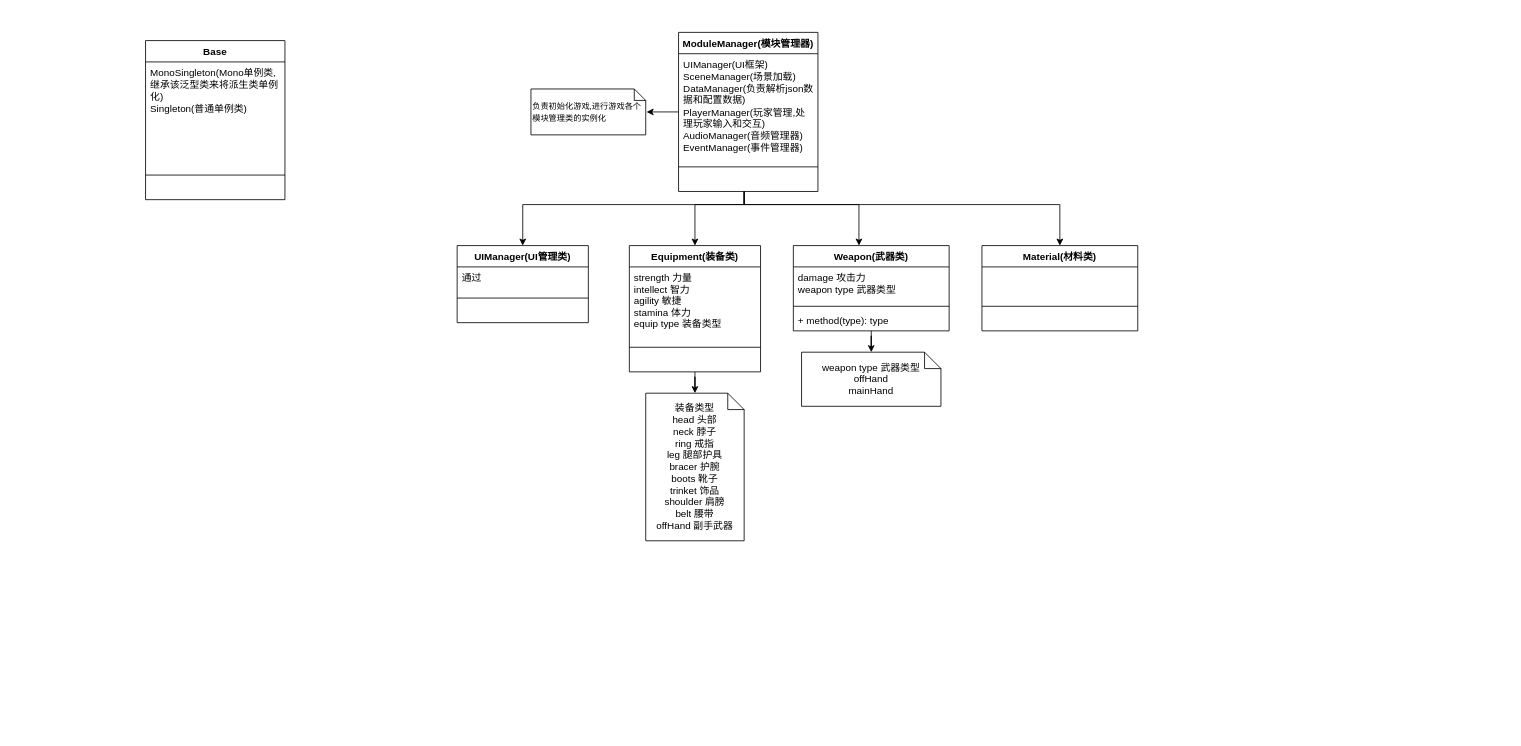
Earlier version of the draw.io diagram BeingAlive.drawio (KIPKIPS/BeingAlive). Source tidied: cells renumbered, new cells numbered last; positions are measured from the earlier drawing's top-left corner, leaving out a move shared by most shapes. Both pictures are drawn from the tidied source at 82%, with x=0, y=0 at pixel (145, 32).
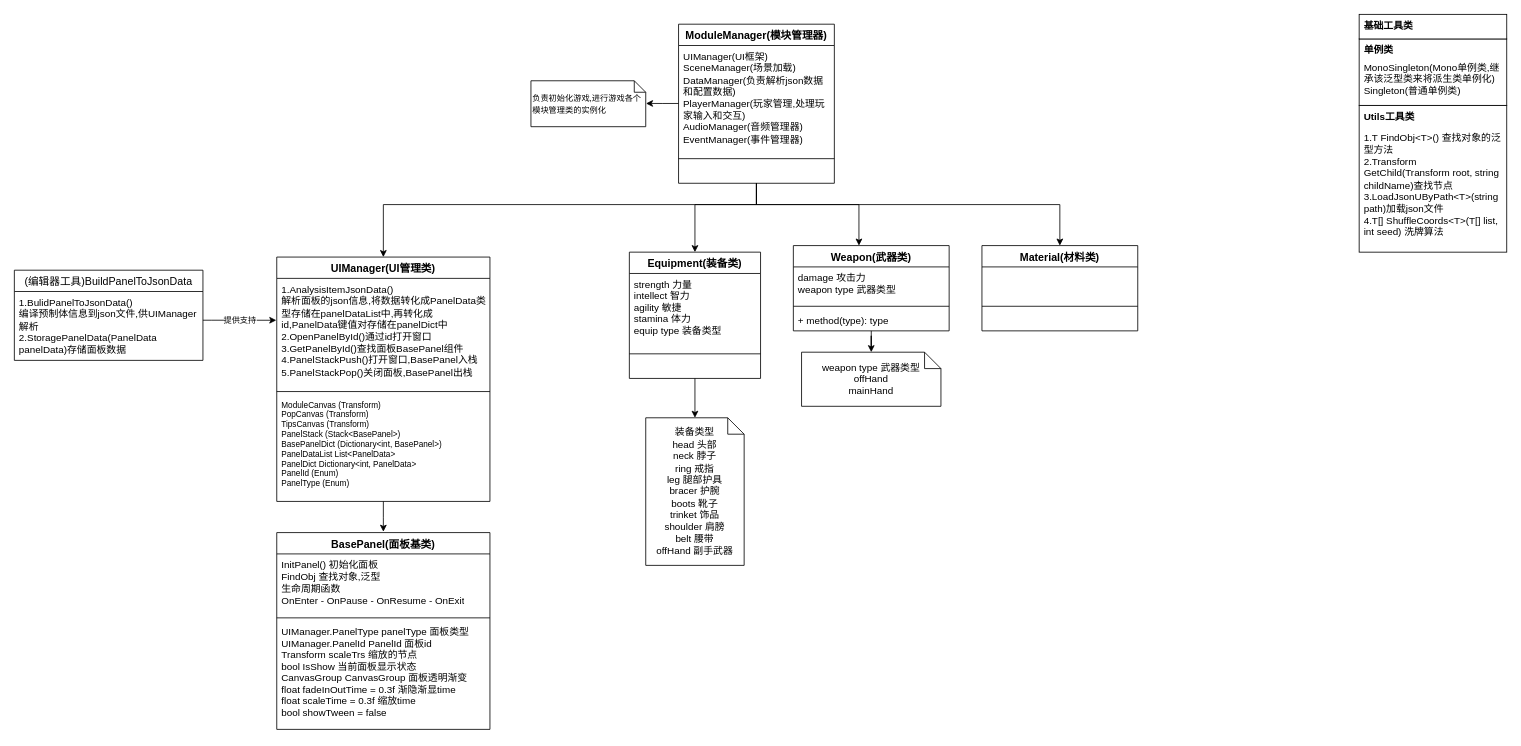
The same page after the edit.

The edit, as a diff of the source:
```diff
@@
+    <mxCell id="4" style="edgeStyle=orthogonalEdgeStyle;rounded=0;jettySize=auto;html=1;" parent="1" edge="1" source="7" target="23">
+      <mxGeometry relative="1" as="geometry">
+        <Array as="points">
+          <mxPoint x="745" y="210" />
+          <mxPoint x="870" y="210" />
+        </Array>
+      </mxGeometry>
+    </mxCell>
+    <mxCell id="5" style="edgeStyle=orthogonalEdgeStyle;rounded=0;jettySize=auto;html=1;" parent="1" edge="1" source="7" target="28">
+      <mxGeometry relative="1" as="geometry">
+        <Array as="points">
+          <mxPoint x="745" y="210" />
+          <mxPoint x="1115" y="210" />
+        </Array>
+      </mxGeometry>
+    </mxCell>
+    <mxCell id="36" style="edgeStyle=orthogonalEdgeStyle;rounded=0;jettySize=auto;html=1;entryX=1.002;entryY=0.494;entryDx=0;entryDy=0;entryPerimeter=0;fontSize=13;" parent="1" edge="1" source="7" target="11">
+      <mxGeometry relative="1" as="geometry">
+        <Array as="points">
+          <mxPoint x="630" y="87" />
+        </Array>
+      </mxGeometry>
+    </mxCell>
-    <mxCell id="2" style="edgeStyle=orthogonalEdgeStyle;rounded=0;jettySize=auto;html=1;entryX=0.5;entryY=0;entryDx=0;entryDy=0;" parent="1" edge="1" source="7" target="12">
+    <mxCell id="2" style="edgeStyle=orthogonalEdgeStyle;rounded=0;jettySize=auto;html=1;entryX=0.5;entryY=0;entryDx=0;entryDy=0;fontSize=12;" parent="1" edge="1" source="7" target="12">
       <mxGeometry relative="1" as="geometry">
         <Array as="points">
-          <mxPoint x="730" y="210" />
-          <mxPoint x="460" y="210" />
+          <mxPoint x="745" y="210" />
+          <mxPoint x="290" y="210" />
         </Array>
       </mxGeometry>
     </mxCell>
-    <mxCell id="3" style="edgeStyle=orthogonalEdgeStyle;rounded=0;jettySize=auto;html=1;" parent="1" edge="1" source="7" target="17">
+    <mxCell id="3" style="edgeStyle=orthogonalEdgeStyle;rounded=0;jettySize=auto;html=1;entryX=0.5;entryY=0;entryDx=0;entryDy=0;fontSize=12;" parent="1" edge="1" source="7" target="17">
       <mxGeometry relative="1" as="geometry">
         <Array as="points">
-          <mxPoint x="730" y="210" />
+          <mxPoint x="745" y="210" />
           <mxPoint x="670" y="210" />
         </Array>
       </mxGeometry>
     </mxCell>
-    <mxCell id="4" style="edgeStyle=orthogonalEdgeStyle;rounded=0;jettySize=auto;html=1;" parent="1" edge="1" source="7" target="23">
-      <mxGeometry relative="1" as="geometry">
-        <Array as="points">
-          <mxPoint x="730" y="210" />
-          <mxPoint x="870" y="210" />
-        </Array>
-      </mxGeometry>
-    </mxCell>
-    <mxCell id="5" style="edgeStyle=orthogonalEdgeStyle;rounded=0;jettySize=auto;html=1;" parent="1" edge="1" source="7" target="28">
-      <mxGeometry relative="1" as="geometry">
-        <Array as="points">
-          <mxPoint x="730" y="210" />
-          <mxPoint x="1115" y="210" />
-        </Array>
-      </mxGeometry>
-    </mxCell>
-    <mxCell id="6" style="edgeStyle=orthogonalEdgeStyle;rounded=0;jettySize=auto;html=1;" parent="1" edge="1" source="7">
-      <mxGeometry relative="1" as="geometry">
-        <mxPoint x="611" y="97" as="targetPoint" />
-      </mxGeometry>
-    </mxCell>
-    <mxCell id="7" value="ModuleManager(模块管理器)" style="swimlane;fontStyle=1;align=center;verticalAlign=top;horizontal=1;startSize=26;" parent="1" vertex="1">
-      <mxGeometry x="650" width="170" height="194" as="geometry" />
+    <mxCell id="7" value="ModuleManager(模块管理器)" style="swimlane;fontStyle=1;align=center;verticalAlign=top;horizontal=1;startSize=26;fontSize=13;" parent="1" vertex="1">
+      <mxGeometry x="650" y="-10" width="190" height="194" as="geometry" />
     </mxCell>
-    <mxCell id="8" value="UIManager(UI框架)&#10;SceneManager(场景加载)&#10;DataManager(负责解析json数据和配置数据)&#10;PlayerManager(玩家管理,处理玩家输入和交互)&#10;AudioManager(音频管理器)&#10;EventManager(事件管理器)" style="text;strokeColor=none;fillColor=none;align=left;verticalAlign=top;spacingLeft=4;spacingRight=4;overflow=hidden;whiteSpace=wrap;" parent="7" vertex="1">
-      <mxGeometry y="26" width="170" height="134" as="geometry" />
+    <mxCell id="8" value="UIManager(UI框架)&#10;SceneManager(场景加载)&#10;DataManager(负责解析json数据和配置数据)&#10;PlayerManager(玩家管理,处理玩家输入和交互)&#10;AudioManager(音频管理器)&#10;EventManager(事件管理器)" style="text;strokeColor=none;fillColor=none;align=left;verticalAlign=top;spacingLeft=4;spacingRight=4;overflow=hidden;whiteSpace=wrap;fontSize=12;" parent="7" vertex="1">
+      <mxGeometry y="26" width="190" height="134" as="geometry" />
     </mxCell>
     <mxCell id="9" style="line;strokeWidth=1;fillColor=none;align=left;verticalAlign=middle;spacingTop=-1;spacingLeft=3;spacingRight=3;labelPosition=right;" parent="7" vertex="1">
-      <mxGeometry y="160" width="170" height="8" as="geometry" />
+      <mxGeometry y="160" width="190" height="8" as="geometry" />
     </mxCell>
     <mxCell id="10" value="&#10;&#10;" style="text;strokeColor=none;fillColor=none;align=left;verticalAlign=top;spacingLeft=4;spacingRight=4;overflow=hidden;" parent="7" vertex="1">
-      <mxGeometry y="168" width="170" height="26" as="geometry" />
+      <mxGeometry y="168" width="190" height="26" as="geometry" />
     </mxCell>
     <mxCell id="11" value="&lt;font style=&quot;font-size: 10px&quot;&gt;负责初始化游戏,进行游戏各个模块管理类的实例化&lt;/font&gt;" style="shape=note;size=14;whiteSpace=wrap;html=1;align=left;" parent="1" vertex="1">
-      <mxGeometry x="470" y="69" width="140" height="56" as="geometry" />
+      <mxGeometry x="470" y="59" width="140" height="56" as="geometry" />
     </mxCell>
+    <mxCell id="37" style="edgeStyle=orthogonalEdgeStyle;rounded=0;jettySize=auto;html=1;fontSize=13;fontColor=#000000;" parent="1" edge="1" source="12">
+      <mxGeometry relative="1" as="geometry">
+        <mxPoint x="290" y="609" as="targetPoint" />
+      </mxGeometry>
+    </mxCell>
-    <mxCell id="12" value="UIManager(UI管理类)" style="swimlane;fontStyle=1;align=center;verticalAlign=top;horizontal=1;startSize=26;" parent="1" vertex="1">
-      <mxGeometry x="380" y="260" width="160" height="94" as="geometry" />
+    <mxCell id="12" value="UIManager(UI管理类)" style="swimlane;fontStyle=1;align=center;verticalAlign=top;horizontal=1;startSize=26;fontSize=13;" parent="1" vertex="1">
+      <mxGeometry x="160" y="274" width="260" height="298" as="geometry" />
     </mxCell>
-    <mxCell id="13" value="通过" style="text;strokeColor=none;fillColor=none;align=left;verticalAlign=top;spacingLeft=4;spacingRight=4;overflow=hidden;points=[[0,0.5],[1,0.5]];portConstraint=eastwest;" parent="12" vertex="1">
-      <mxGeometry y="26" width="160" height="34" as="geometry" />
+    <mxCell id="13" value="1.AnalysisItemJsonData()&#10;解析面板的json信息,将数据转化成PanelData类型存储在panelDataList中,再转化成id,PanelData键值对存储在panelDict中&#10;2.OpenPanelById()通过id打开窗口&#10;3.GetPanelById()查找面板BasePanel组件&#10;4.PanelStackPush()打开窗口,BasePanel入栈&#10;5.PanelStackPop()关闭面板,BasePanel出栈" style="text;strokeColor=none;fillColor=none;align=left;verticalAlign=top;spacingLeft=4;spacingRight=4;overflow=hidden;points=[[0,0.5],[1,0.5]];portConstraint=eastwest;whiteSpace=wrap;fontSize=12;" parent="12" vertex="1">
+      <mxGeometry y="26" width="260" height="134" as="geometry" />
     </mxCell>
     <mxCell id="14" style="line;strokeWidth=1;fillColor=none;align=left;verticalAlign=middle;spacingTop=-1;spacingLeft=3;spacingRight=3;labelPosition=right;" parent="12" vertex="1">
-      <mxGeometry y="60" width="160" height="8" as="geometry" />
+      <mxGeometry y="160" width="260" height="8" as="geometry" />
     </mxCell>
-    <mxCell id="15" value="&#10;&#10;" style="text;strokeColor=none;fillColor=none;align=left;verticalAlign=top;spacingLeft=4;spacingRight=4;overflow=hidden;" parent="12" vertex="1">
-      <mxGeometry y="68" width="160" height="26" as="geometry" />
+    <mxCell id="15" value="ModuleCanvas (Transform) &#10;PopCanvas (Transform)&#10;TipsCanvas (Transform)&#10;PanelStack (Stack&lt;BasePanel&gt;)&#10;BasePanelDict (Dictionary&lt;int, BasePanel&gt;)&#10;PanelDataList List&lt;PanelData&gt;&#10;PanelDict Dictionary&lt;int, PanelData&gt;&#10;PanelId (Enum)&#10;PanelType (Enum)" style="text;strokeColor=none;fillColor=none;align=left;verticalAlign=top;spacingLeft=4;spacingRight=4;overflow=hidden;fontSize=10;" parent="12" vertex="1">
+      <mxGeometry y="168" width="260" height="130" as="geometry" />
     </mxCell>
@@
-    <mxCell id="17" value="Equipment(装备类)" style="swimlane;fontStyle=1;align=center;verticalAlign=top;horizontal=1;startSize=26;" parent="1" vertex="1">
-      <mxGeometry x="590" y="260" width="160" height="154" as="geometry" />
+    <mxCell id="17" value="Equipment(装备类)" style="swimlane;fontStyle=1;align=center;verticalAlign=top;horizontal=1;startSize=26;fontSize=13;" parent="1" vertex="1">
+      <mxGeometry x="590" y="268" width="160" height="154" as="geometry" />
     </mxCell>
@@
     <mxCell id="21" value="装备类型&lt;br&gt;head 头部&lt;br&gt;neck 脖子&lt;br&gt;ring 戒指&lt;br&gt;leg 腿部护具&lt;br&gt;bracer 护腕&lt;br&gt;boots 靴子&lt;br&gt;trinket 饰品&lt;br&gt;shoulder 肩膀&lt;br&gt;belt 腰带&lt;br&gt;offHand 副手武器" style="shape=note;size=20;whiteSpace=wrap;html=1;" parent="1" vertex="1">
-      <mxGeometry x="610" y="440" width="120" height="180" as="geometry" />
+      <mxGeometry x="610" y="470" width="120" height="180" as="geometry" />
     </mxCell>
@@
-    <mxCell id="23" value="Weapon(武器类)" style="swimlane;fontStyle=1;align=center;verticalAlign=top;horizontal=1;startSize=26;" parent="1" vertex="1">
+    <mxCell id="23" value="Weapon(武器类)" style="swimlane;fontStyle=1;align=center;verticalAlign=top;horizontal=1;startSize=26;fontSize=13;" parent="1" vertex="1">
       <mxGeometry x="790" y="260" width="190" height="104" as="geometry" />
     </mxCell>
@@
-    <mxCell id="28" value="Material(材料类)" style="swimlane;fontStyle=1;align=center;verticalAlign=top;horizontal=1;startSize=26;" parent="1" vertex="1">
+    <mxCell id="28" value="Material(材料类)" style="swimlane;fontStyle=1;align=center;verticalAlign=top;horizontal=1;startSize=26;fontSize=13;" parent="1" vertex="1">
       <mxGeometry x="1020" y="260" width="190" height="104" as="geometry" />
     </mxCell>
@@
-    <mxCell id="32" value="Base" style="swimlane;fontStyle=1;align=center;verticalAlign=top;horizontal=1;startSize=26;" parent="1" vertex="1">
-      <mxGeometry y="10" width="170" height="194" as="geometry" />
-    </mxCell>
+    <mxCell id="38" value="BasePanel(面板基类)" style="swimlane;fontStyle=1;align=center;verticalAlign=top;horizontal=1;startSize=26;fontSize=13;" parent="1" vertex="1">
+      <mxGeometry x="160" y="610" width="260" height="240" as="geometry" />
+    </mxCell>
+    <mxCell id="39" value="InitPanel() 初始化面板&#10;FindObj 查找对象,泛型&#10;生命周期函数&#10;OnEnter - OnPause - OnResume - OnExit&#10;" style="text;strokeColor=none;fillColor=none;align=left;verticalAlign=top;spacingLeft=4;spacingRight=4;overflow=hidden;whiteSpace=wrap;" parent="38" vertex="1">
+      <mxGeometry y="26" width="260" height="74" as="geometry" />
+    </mxCell>
+    <mxCell id="40" style="line;strokeWidth=1;fillColor=none;align=left;verticalAlign=middle;spacingTop=-1;spacingLeft=3;spacingRight=3;labelPosition=right;" parent="38" vertex="1">
+      <mxGeometry y="100" width="260" height="8" as="geometry" />
+    </mxCell>
+    <mxCell id="41" value="UIManager.PanelType panelType 面板类型&#10;UIManager.PanelId PanelId 面板id&#10;Transform scaleTrs 缩放的节点&#10;bool IsShow 当前面板显示状态&#10;CanvasGroup CanvasGroup 面板透明渐变&#10;float fadeInOutTime = 0.3f 渐隐渐显time&#10;float scaleTime = 0.3f 缩放time&#10;bool showTween = false" style="text;strokeColor=none;fillColor=none;align=left;verticalAlign=top;spacingLeft=4;spacingRight=4;overflow=hidden;" parent="38" vertex="1">
+      <mxGeometry y="108" width="260" height="132" as="geometry" />
+    </mxCell>
+    <mxCell id="42" value="提供支持" style="edgeStyle=orthogonalEdgeStyle;rounded=0;jettySize=auto;html=1;entryX=-0.002;entryY=0.381;entryDx=0;entryDy=0;entryPerimeter=0;fontSize=10;fontColor=#000000;" parent="1" edge="1" source="44" target="13">
+      <mxGeometry relative="1" as="geometry">
+        <Array as="points">
+          <mxPoint x="80" y="351" />
+          <mxPoint x="80" y="351" />
+        </Array>
+      </mxGeometry>
+    </mxCell>
+    <mxCell id="43" value="(编辑器工具)BuildPanelToJsonData" style="swimlane;fontStyle=0;horizontal=1;startSize=26;align=center;fontSize=13;fontColor=#000000;html=0;" parent="1" vertex="1">
+      <mxGeometry x="-160" y="290" width="230" height="110" as="geometry" />
+    </mxCell>
+    <mxCell id="44" value="1.BulidPanelToJsonData()&#10;编译预制体信息到json文件,供UIManager解析&#10;2.StoragePanelData(PanelData panelData)存储面板数据" style="text;strokeColor=none;fillColor=none;spacingLeft=4;spacingRight=4;overflow=hidden;points=[[0,0.5],[1,0.5]];portConstraint=eastwest;fontSize=12;whiteSpace=wrap;" parent="43" vertex="1">
+      <mxGeometry y="26" width="230" height="84" as="geometry" />
+    </mxCell>
+    <mxCell id="45" style="html=1;fontSize=13;fontColor=#000000;align=left;" parent="1" vertex="1">
+      <mxGeometry x="1480" y="89" width="180" height="179" as="geometry" />
+    </mxCell>
+    <mxCell id="46" value="Utils工具类" style="text;strokeColor=none;fillColor=none;spacingLeft=4;spacingRight=4;overflow=hidden;fontSize=12;whiteSpace=wrap;fontStyle=1;" parent="1" vertex="1">
+      <mxGeometry x="1480" y="89" width="180" height="30" as="geometry" />
+    </mxCell>
+    <mxCell id="47" style="html=1;fontSize=13;fontColor=#000000;align=left;" parent="1" vertex="1">
+      <mxGeometry x="1480" y="8" width="180" height="81" as="geometry" />
+    </mxCell>
+    <mxCell id="48" value="单例类" style="text;strokeColor=none;fillColor=none;spacingLeft=4;spacingRight=4;overflow=hidden;fontSize=12;whiteSpace=wrap;fontStyle=1;" parent="1" vertex="1">
+      <mxGeometry x="1480" y="8" width="180" height="30" as="geometry" />
+    </mxCell>
-    <mxCell id="33" value="MonoSingleton(Mono单例类,继承该泛型类来将派生类单例化)&#10;Singleton(普通单例类)" style="text;strokeColor=none;fillColor=none;align=left;verticalAlign=top;spacingLeft=4;spacingRight=4;overflow=hidden;whiteSpace=wrap;" parent="32" vertex="1">
-      <mxGeometry y="26" width="170" height="134" as="geometry" />
+    <mxCell id="33" value="MonoSingleton(Mono单例类,继承该泛型类来将派生类单例化)&#10;Singleton(普通单例类)" style="text;strokeColor=none;fillColor=none;spacingLeft=4;spacingRight=4;overflow=hidden;fontSize=12;whiteSpace=wrap;" parent="1" vertex="1">
+      <mxGeometry x="1480" y="29" width="180" height="60" as="geometry" />
     </mxCell>
-    <mxCell id="34" style="line;strokeWidth=1;fillColor=none;align=left;verticalAlign=middle;spacingTop=-1;spacingLeft=3;spacingRight=3;labelPosition=right;" parent="32" vertex="1">
-      <mxGeometry y="160" width="170" height="8" as="geometry" />
-    </mxCell>
-    <mxCell id="35" value="&#10;&#10;" style="text;strokeColor=none;fillColor=none;align=left;verticalAlign=top;spacingLeft=4;spacingRight=4;overflow=hidden;" parent="32" vertex="1">
-      <mxGeometry y="168" width="170" height="26" as="geometry" />
-    </mxCell>
+    <mxCell id="49" style="html=1;fontSize=13;fontColor=#000000;align=left;" parent="1" vertex="1">
+      <mxGeometry x="1480" y="-22" width="180" height="30" as="geometry" />
+    </mxCell>
+    <mxCell id="50" value="基础工具类" style="text;strokeColor=none;fillColor=none;spacingLeft=4;spacingRight=4;overflow=hidden;fontSize=12;whiteSpace=wrap;fontStyle=1;" parent="1" vertex="1">
+      <mxGeometry x="1480" y="-22" width="180" height="30" as="geometry" />
+    </mxCell>
+    <mxCell id="51" value="1.T FindObj&lt;T&gt;() 查找对象的泛型方法&#10;2.Transform GetChild(Transform root, string childName)查找节点&#10;3.LoadJsonUByPath&lt;T&gt;(string path)加载json文件&#10;4.T[] ShuffleCoords&lt;T&gt;(T[] list, int seed) 洗牌算法" style="text;strokeColor=none;fillColor=none;spacingLeft=4;spacingRight=4;overflow=hidden;fontSize=12;whiteSpace=wrap;fontStyle=0;" parent="1" vertex="1">
+      <mxGeometry x="1480" y="114.5" width="180" height="145.5" as="geometry" />
+    </mxCell>
```
